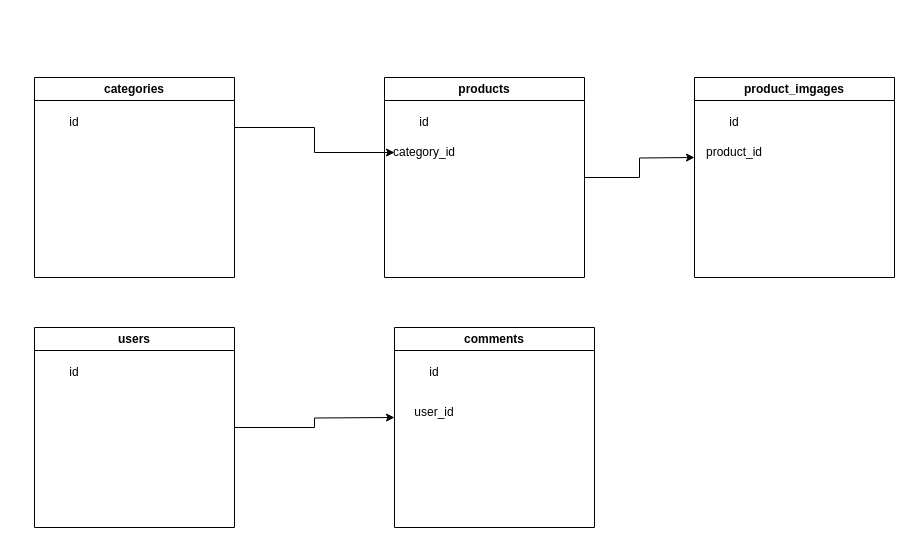
The draw.io diagram page "Page-2" (2 of 2) of usecase.drawio in Thuyvt/03_T2_WD21101_WEB2041, before the edit. Source tidied: cells renumbered, new cells numbered last; positions are measured from the earlier drawing's top-left corner, leaving out a move shared by most shapes. Both pictures are drawn from the tidied source at 100%, with x=0, y=0 at pixel (34, 77).
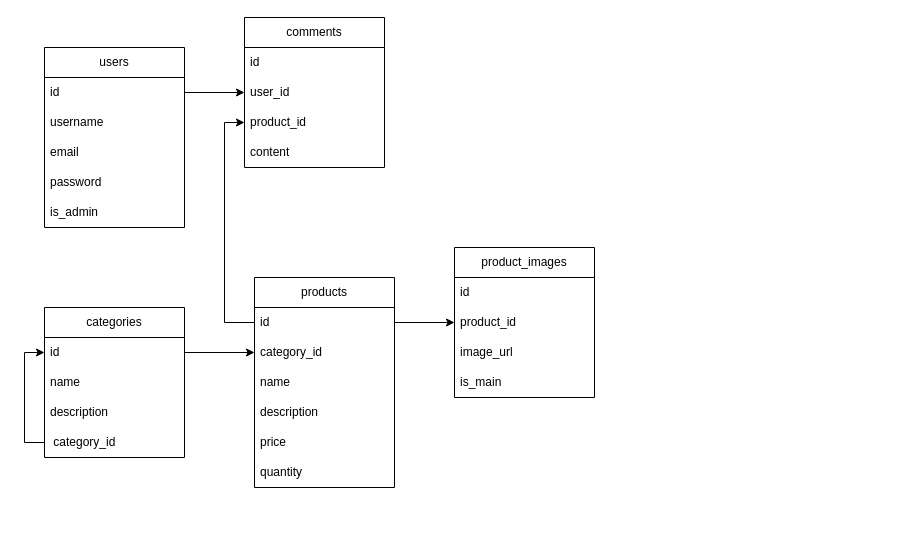
The same page after the edit.

The edit, as a diff of the source:
```diff
@@
-    <mxCell id="2" style="edgeStyle=orthogonalEdgeStyle;rounded=0;jettySize=auto;html=1;entryX=0;entryY=0.5;entryDx=0;entryDy=0;exitX=1;exitY=0.25;exitDx=0;exitDy=0;" parent="1" edge="1" source="3" target="7">
-      <mxGeometry relative="1" as="geometry" />
-    </mxCell>
-    <mxCell id="3" value="categories" style="swimlane;whiteSpace=wrap;html=1;" parent="1" vertex="1">
-      <mxGeometry width="200" height="200" as="geometry" />
+    <mxCell id="3" value="categories" style="swimlane;fontStyle=0;horizontal=1;startSize=30;whiteSpace=wrap;html=1;" parent="1" vertex="1">
+      <mxGeometry x="10" y="230" width="140" height="150" as="geometry" />
     </mxCell>
-    <mxCell id="4" style="edgeStyle=orthogonalEdgeStyle;rounded=0;jettySize=auto;html=1;" parent="1" edge="1" source="5">
-      <mxGeometry relative="1" as="geometry">
-        <mxPoint x="660" y="80" as="targetPoint" />
-      </mxGeometry>
-    </mxCell>
+    <mxCell id="18" value="id&lt;span style=&quot;white-space: pre;&quot;&gt;&#9;&lt;/span&gt;" style="text;strokeColor=none;fillColor=none;align=left;verticalAlign=middle;spacingLeft=4;spacingRight=4;overflow=hidden;points=[[0,0.5],[1,0.5]];portConstraint=eastwest;whiteSpace=wrap;html=1;" parent="3" vertex="1">
+      <mxGeometry y="30" width="140" height="30" as="geometry" />
+    </mxCell>
+    <mxCell id="19" value="name" style="text;strokeColor=none;fillColor=none;align=left;verticalAlign=middle;spacingLeft=4;spacingRight=4;overflow=hidden;whiteSpace=wrap;html=1;" parent="3" vertex="1">
+      <mxGeometry y="60" width="140" height="30" as="geometry" />
+    </mxCell>
+    <mxCell id="20" value="description" style="text;strokeColor=none;fillColor=none;align=left;verticalAlign=middle;spacingLeft=4;spacingRight=4;overflow=hidden;whiteSpace=wrap;html=1;" parent="3" vertex="1">
+      <mxGeometry y="90" width="140" height="30" as="geometry" />
+    </mxCell>
+    <mxCell id="21" style="edgeStyle=orthogonalEdgeStyle;rounded=0;jettySize=auto;html=1;entryX=0;entryY=0.5;entryDx=0;entryDy=0;" parent="3" edge="1" source="22" target="18">
+      <mxGeometry relative="1" as="geometry" />
+    </mxCell>
+    <mxCell id="22" value="&amp;nbsp;category_id" style="text;strokeColor=none;fillColor=none;align=left;verticalAlign=middle;spacingLeft=4;spacingRight=4;overflow=hidden;points=[[0,0.5],[1,0.5]];portConstraint=eastwest;whiteSpace=wrap;html=1;" parent="3" vertex="1">
+      <mxGeometry y="120" width="140" height="30" as="geometry" />
+    </mxCell>
-    <mxCell id="5" value="products" style="swimlane;whiteSpace=wrap;html=1;" parent="1" vertex="1">
-      <mxGeometry x="350" width="200" height="200" as="geometry" />
+    <mxCell id="5" value="products" style="swimlane;fontStyle=0;horizontal=1;startSize=30;whiteSpace=wrap;html=1;" parent="1" vertex="1">
+      <mxGeometry x="220" y="200" width="140" height="210" as="geometry" />
     </mxCell>
-    <mxCell id="6" value="id" style="text;html=1;whiteSpace=wrap;strokeColor=none;fillColor=none;align=center;verticalAlign=middle;rounded=0;" parent="5" vertex="1">
-      <mxGeometry x="10" y="30" width="60" height="30" as="geometry" />
-    </mxCell>
-    <mxCell id="7" value="category_id" style="text;html=1;whiteSpace=wrap;strokeColor=none;fillColor=none;align=center;verticalAlign=middle;rounded=0;" parent="5" vertex="1">
-      <mxGeometry x="10" y="60" width="60" height="30" as="geometry" />
-    </mxCell>
-    <mxCell id="8" value="id" style="text;html=1;whiteSpace=wrap;strokeColor=none;fillColor=none;align=center;verticalAlign=middle;rounded=0;" parent="1" vertex="1">
-      <mxGeometry x="10" y="30" width="60" height="30" as="geometry" />
-    </mxCell>
-    <mxCell id="9" style="edgeStyle=orthogonalEdgeStyle;rounded=0;jettySize=auto;html=1;" parent="1" edge="1" source="10">
-      <mxGeometry relative="1" as="geometry">
-        <mxPoint x="360" y="340" as="targetPoint" />
-      </mxGeometry>
-    </mxCell>
+    <mxCell id="23" value="id" style="text;strokeColor=none;fillColor=none;align=left;verticalAlign=middle;spacingLeft=4;spacingRight=4;overflow=hidden;points=[[0,0.5],[1,0.5]];portConstraint=eastwest;whiteSpace=wrap;html=1;" parent="5" vertex="1">
+      <mxGeometry y="30" width="140" height="30" as="geometry" />
+    </mxCell>
+    <mxCell id="24" value="category_id" style="text;strokeColor=none;fillColor=none;align=left;verticalAlign=middle;spacingLeft=4;spacingRight=4;overflow=hidden;points=[[0,0.5],[1,0.5]];portConstraint=eastwest;whiteSpace=wrap;html=1;" parent="5" vertex="1">
+      <mxGeometry y="60" width="140" height="30" as="geometry" />
+    </mxCell>
+    <mxCell id="25" value="name" style="text;strokeColor=none;fillColor=none;align=left;verticalAlign=middle;spacingLeft=4;spacingRight=4;overflow=hidden;whiteSpace=wrap;html=1;" parent="5" vertex="1">
+      <mxGeometry y="90" width="140" height="30" as="geometry" />
+    </mxCell>
+    <mxCell id="26" value="description" style="text;strokeColor=none;fillColor=none;align=left;verticalAlign=middle;spacingLeft=4;spacingRight=4;overflow=hidden;whiteSpace=wrap;html=1;" parent="5" vertex="1">
+      <mxGeometry y="120" width="140" height="30" as="geometry" />
+    </mxCell>
+    <mxCell id="27" value="price" style="text;strokeColor=none;fillColor=none;align=left;verticalAlign=middle;spacingLeft=4;spacingRight=4;overflow=hidden;whiteSpace=wrap;html=1;" parent="5" vertex="1">
+      <mxGeometry y="150" width="140" height="30" as="geometry" />
+    </mxCell>
+    <mxCell id="28" value="quantity" style="text;strokeColor=none;fillColor=none;align=left;verticalAlign=middle;spacingLeft=4;spacingRight=4;overflow=hidden;whiteSpace=wrap;html=1;" parent="5" vertex="1">
+      <mxGeometry y="180" width="140" height="30" as="geometry" />
+    </mxCell>
+    <mxCell id="29" style="edgeStyle=orthogonalEdgeStyle;rounded=0;jettySize=auto;html=1;entryX=0;entryY=0.5;entryDx=0;entryDy=0;" parent="1" edge="1" source="18" target="24">
+      <mxGeometry relative="1" as="geometry" />
+    </mxCell>
+    <mxCell id="30" value="product_images" style="swimlane;fontStyle=0;horizontal=1;startSize=30;whiteSpace=wrap;html=1;" parent="1" vertex="1">
+      <mxGeometry x="420" y="170" width="140" height="150" as="geometry" />
+    </mxCell>
+    <mxCell id="31" value="id" style="text;strokeColor=none;fillColor=none;align=left;verticalAlign=middle;spacingLeft=4;spacingRight=4;overflow=hidden;whiteSpace=wrap;html=1;" parent="30" vertex="1">
+      <mxGeometry y="30" width="140" height="30" as="geometry" />
+    </mxCell>
+    <mxCell id="32" value="product_id" style="text;strokeColor=none;fillColor=none;align=left;verticalAlign=middle;spacingLeft=4;spacingRight=4;overflow=hidden;points=[[0,0.5],[1,0.5]];portConstraint=eastwest;whiteSpace=wrap;html=1;" parent="30" vertex="1">
+      <mxGeometry y="60" width="140" height="30" as="geometry" />
+    </mxCell>
+    <mxCell id="33" value="image_url" style="text;strokeColor=none;fillColor=none;align=left;verticalAlign=middle;spacingLeft=4;spacingRight=4;overflow=hidden;whiteSpace=wrap;html=1;" parent="30" vertex="1">
+      <mxGeometry y="90" width="140" height="30" as="geometry" />
+    </mxCell>
+    <mxCell id="34" value="is_main" style="text;strokeColor=none;fillColor=none;align=left;verticalAlign=middle;spacingLeft=4;spacingRight=4;overflow=hidden;whiteSpace=wrap;html=1;" parent="30" vertex="1">
+      <mxGeometry y="120" width="140" height="30" as="geometry" />
+    </mxCell>
+    <mxCell id="35" style="edgeStyle=orthogonalEdgeStyle;rounded=0;jettySize=auto;html=1;entryX=0;entryY=0.5;entryDx=0;entryDy=0;" parent="1" edge="1" source="23" target="32">
+      <mxGeometry relative="1" as="geometry" />
+    </mxCell>
-    <mxCell id="10" value="users" style="swimlane;whiteSpace=wrap;html=1;" parent="1" vertex="1">
-      <mxGeometry y="250" width="200" height="200" as="geometry" />
+    <mxCell id="10" value="users" style="swimlane;fontStyle=0;horizontal=1;startSize=30;whiteSpace=wrap;html=1;" parent="1" vertex="1">
+      <mxGeometry x="10" y="-30" width="140" height="180" as="geometry" />
     </mxCell>
-    <mxCell id="11" value="id" style="text;html=1;whiteSpace=wrap;strokeColor=none;fillColor=none;align=center;verticalAlign=middle;rounded=0;" parent="10" vertex="1">
-      <mxGeometry x="10" y="30" width="60" height="30" as="geometry" />
-    </mxCell>
+    <mxCell id="36" value="id" style="text;strokeColor=none;fillColor=none;align=left;verticalAlign=middle;spacingLeft=4;spacingRight=4;overflow=hidden;points=[[0,0.5],[1,0.5]];portConstraint=eastwest;whiteSpace=wrap;html=1;" parent="10" vertex="1">
+      <mxGeometry y="30" width="140" height="30" as="geometry" />
+    </mxCell>
+    <mxCell id="37" value="username" style="text;strokeColor=none;fillColor=none;align=left;verticalAlign=middle;spacingLeft=4;spacingRight=4;overflow=hidden;whiteSpace=wrap;html=1;" parent="10" vertex="1">
+      <mxGeometry y="60" width="140" height="30" as="geometry" />
+    </mxCell>
+    <mxCell id="38" value="email" style="text;strokeColor=none;fillColor=none;align=left;verticalAlign=middle;spacingLeft=4;spacingRight=4;overflow=hidden;whiteSpace=wrap;html=1;" parent="10" vertex="1">
+      <mxGeometry y="90" width="140" height="30" as="geometry" />
+    </mxCell>
+    <mxCell id="39" value="password" style="text;strokeColor=none;fillColor=none;align=left;verticalAlign=middle;spacingLeft=4;spacingRight=4;overflow=hidden;whiteSpace=wrap;html=1;" parent="10" vertex="1">
+      <mxGeometry y="120" width="140" height="30" as="geometry" />
+    </mxCell>
+    <mxCell id="40" value="is_admin" style="text;strokeColor=none;fillColor=none;align=left;verticalAlign=middle;spacingLeft=4;spacingRight=4;overflow=hidden;whiteSpace=wrap;html=1;" parent="10" vertex="1">
+      <mxGeometry y="150" width="140" height="30" as="geometry" />
+    </mxCell>
-    <mxCell id="12" value="comments" style="swimlane;whiteSpace=wrap;html=1;" parent="1" vertex="1">
-      <mxGeometry x="360" y="250" width="200" height="200" as="geometry" />
+    <mxCell id="12" value="comments" style="swimlane;fontStyle=0;horizontal=1;startSize=30;whiteSpace=wrap;html=1;" parent="1" vertex="1">
+      <mxGeometry x="210" y="-60" width="140" height="150" as="geometry" />
     </mxCell>
-    <mxCell id="13" value="id" style="text;html=1;whiteSpace=wrap;strokeColor=none;fillColor=none;align=center;verticalAlign=middle;rounded=0;" parent="12" vertex="1">
-      <mxGeometry x="10" y="30" width="60" height="30" as="geometry" />
-    </mxCell>
+    <mxCell id="41" value="id" style="text;strokeColor=none;fillColor=none;align=left;verticalAlign=middle;spacingLeft=4;spacingRight=4;overflow=hidden;whiteSpace=wrap;html=1;" parent="12" vertex="1">
+      <mxGeometry y="30" width="140" height="30" as="geometry" />
+    </mxCell>
-    <mxCell id="14" value="user_id" style="text;html=1;whiteSpace=wrap;strokeColor=none;fillColor=none;align=center;verticalAlign=middle;rounded=0;" parent="12" vertex="1">
-      <mxGeometry x="10" y="70" width="60" height="30" as="geometry" />
+    <mxCell id="14" value="user_id" style="text;strokeColor=none;fillColor=none;align=left;verticalAlign=middle;spacingLeft=4;spacingRight=4;overflow=hidden;points=[[0,0.5],[1,0.5]];portConstraint=eastwest;whiteSpace=wrap;html=1;" parent="12" vertex="1">
+      <mxGeometry y="60" width="140" height="30" as="geometry" />
     </mxCell>
-    <mxCell id="15" value="product_imgages" style="swimlane;whiteSpace=wrap;html=1;" parent="1" vertex="1">
-      <mxGeometry x="660" width="200" height="200" as="geometry" />
-    </mxCell>
-    <mxCell id="16" value="id" style="text;html=1;whiteSpace=wrap;strokeColor=none;fillColor=none;align=center;verticalAlign=middle;rounded=0;" parent="15" vertex="1">
-      <mxGeometry x="10" y="30" width="60" height="30" as="geometry" />
-    </mxCell>
-    <mxCell id="17" value="product_id" style="text;html=1;whiteSpace=wrap;strokeColor=none;fillColor=none;align=center;verticalAlign=middle;rounded=0;" parent="15" vertex="1">
-      <mxGeometry x="10" y="60" width="60" height="30" as="geometry" />
-    </mxCell>
+    <mxCell id="42" value="product_id" style="text;strokeColor=none;fillColor=none;align=left;verticalAlign=middle;spacingLeft=4;spacingRight=4;overflow=hidden;points=[[0,0.5],[1,0.5]];portConstraint=eastwest;whiteSpace=wrap;html=1;" parent="12" vertex="1">
+      <mxGeometry y="90" width="140" height="30" as="geometry" />
+    </mxCell>
+    <mxCell id="43" value="content" style="text;strokeColor=none;fillColor=none;align=left;verticalAlign=middle;spacingLeft=4;spacingRight=4;overflow=hidden;whiteSpace=wrap;html=1;" parent="12" vertex="1">
+      <mxGeometry y="120" width="140" height="30" as="geometry" />
+    </mxCell>
+    <mxCell id="44" style="edgeStyle=orthogonalEdgeStyle;rounded=0;jettySize=auto;html=1;entryX=0;entryY=0.5;entryDx=0;entryDy=0;" parent="1" edge="1" source="23" target="42">
+      <mxGeometry relative="1" as="geometry" />
+    </mxCell>
+    <mxCell id="45" style="edgeStyle=orthogonalEdgeStyle;rounded=0;jettySize=auto;html=1;" parent="1" edge="1" source="36" target="14">
+      <mxGeometry relative="1" as="geometry" />
+    </mxCell>
```
